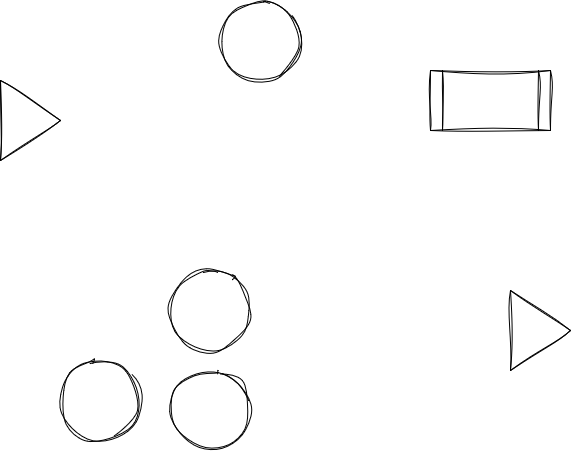
Above: Untitled Diagram.drawio.png in Pinnacle-Sahin/Pinnacle-Sahin (draw.io), before the change. Source tidied: cells renumbered, new cells last; positions are measured from the earlier drawing's top-left corner, leaving out a move shared by most shapes.
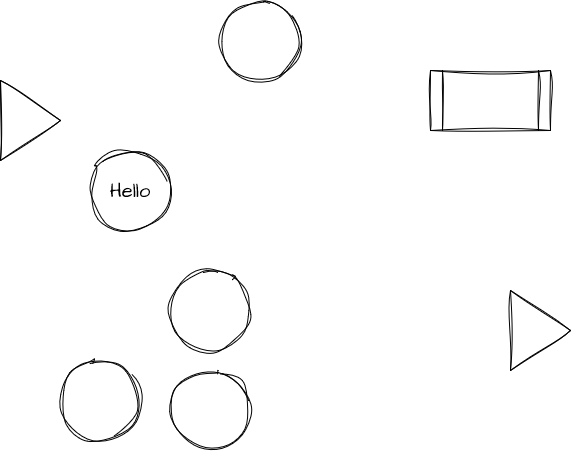
After the change.

Change to the diagram source:
```diff
@@ -23,5 +23,8 @@
     <mxCell id="8" style="ellipse;whiteSpace=wrap;html=1;sketch=1;hachureGap=4;jiggle=2;curveFitting=1;fontFamily=Architects Daughter;fontSource=https%3A%2F%2Ffonts.googleapis.com%2Fcss%3Ffamily%3DArchitects%2BDaughter;fontSize=20;" parent="1" vertex="1">
       <mxGeometry x="170" y="270" width="80" height="80" as="geometry" />
     </mxCell>
+    <mxCell id="9" value="Hello" style="ellipse;whiteSpace=wrap;html=1;sketch=1;hachureGap=4;jiggle=2;curveFitting=1;fontFamily=Architects Daughter;fontSource=https%3A%2F%2Ffonts.googleapis.com%2Fcss%3Ffamily%3DArchitects%2BDaughter;fontSize=20;" parent="1" vertex="1">
+      <mxGeometry x="90" y="150" width="80" height="80" as="geometry" />
+    </mxCell>
   </root>
 </mxGraphModel>
```
